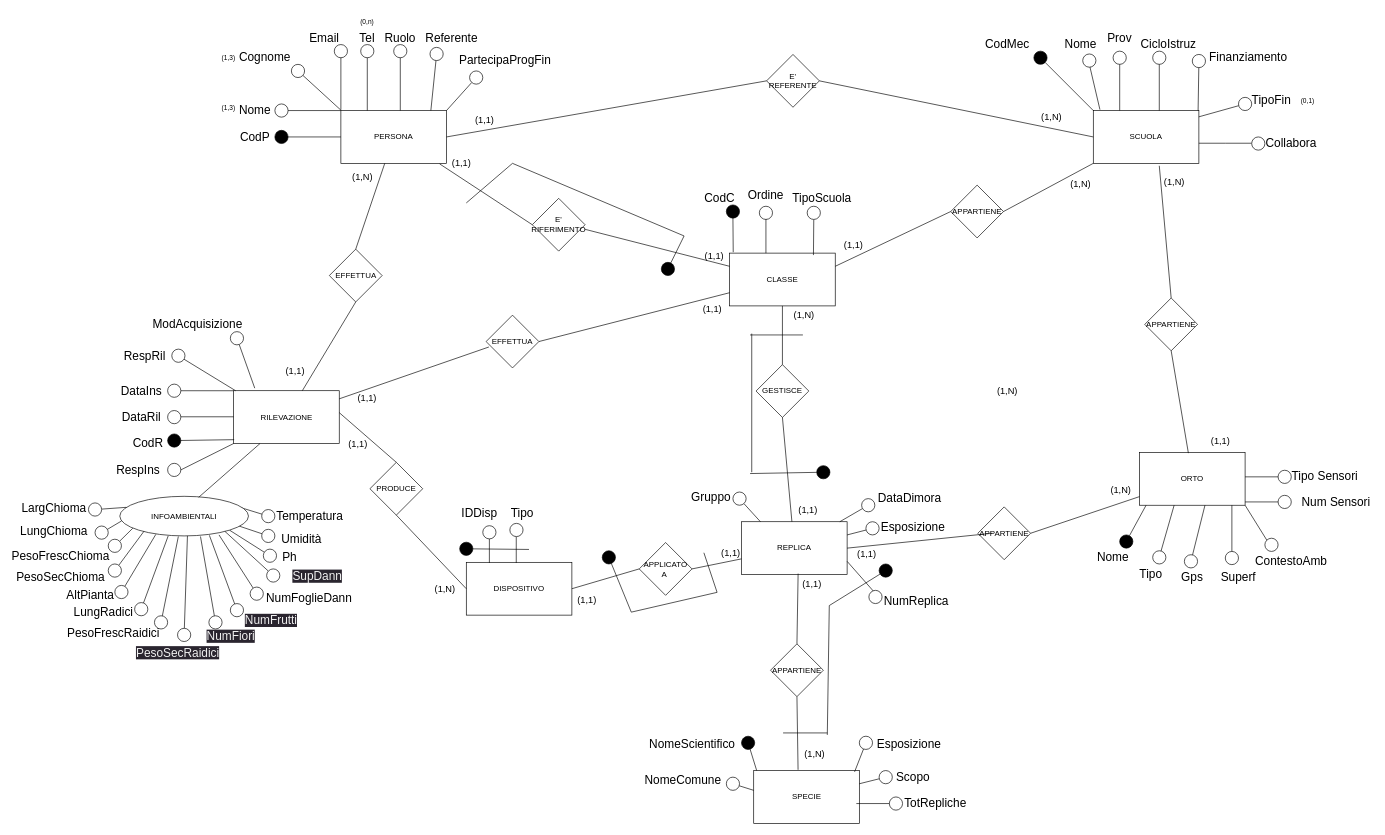
Above: BD_ER_Massimo_2023.drawio in pizzo-kyle/unige (draw.io), before the change. Source tidied: cells renumbered, new cells numbered last; positions are measured from the earlier drawing's top-left corner, leaving out a move shared by most shapes. Both pictures are drawn from the tidied source at 66%, with x=0, y=0 at pixel (38, 11).
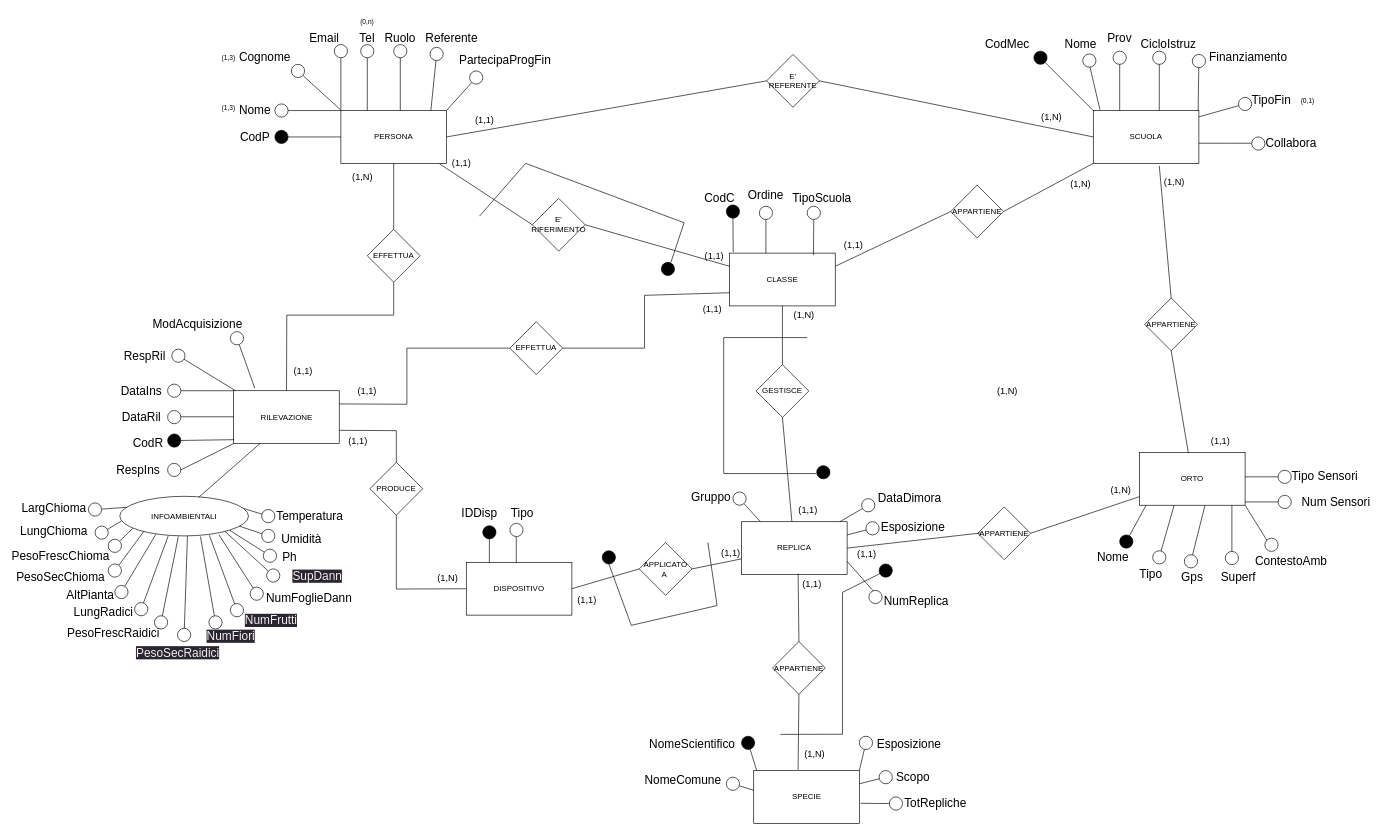
The same diagram, later.

The change refers to these unchanged cells:
```xml
<mxCell id="5" value="CLASSE" style="rounded=0;whiteSpace=wrap;html=1;" parent="1" vertex="1">
  <mxGeometry x="1047" y="366" width="160" height="80" as="geometry" />
</mxCell>
<mxCell id="9" value="REPLICA" style="rounded=0;whiteSpace=wrap;html=1;" parent="1" vertex="1">
  <mxGeometry x="1065" y="773" width="160" height="80" as="geometry" />
</mxCell>
<mxCell id="10" value="RILEVAZIONE" style="rounded=0;whiteSpace=wrap;html=1;" parent="1" vertex="1">
  <mxGeometry x="295.5" y="574.5" width="160" height="80" as="geometry" />
</mxCell>
<mxCell id="11" value="DISPOSITIVO" style="rounded=0;whiteSpace=wrap;html=1;" parent="1" vertex="1">
  <mxGeometry x="648" y="834.5" width="160" height="80" as="geometry" />
</mxCell>
<mxCell id="171" value="E' RIFERIMENTO" style="rhombus;whiteSpace=wrap;html=1;" parent="1" vertex="1">
  <mxGeometry x="748" y="283" width="80" height="80" as="geometry" />
</mxCell>
<mxCell id="178" style="ellipse;whiteSpace=wrap;html=1;fillColor=#000000;direction=south;" parent="1" vertex="1">
  <mxGeometry x="943.5" y="380" width="20" height="20" as="geometry" />
</mxCell>
<mxCell id="180" value="SPECIE" style="rounded=0;whiteSpace=wrap;html=1;" parent="1" vertex="1">
  <mxGeometry x="1083.5" y="1150" width="160" height="80" as="geometry" />
</mxCell>
<mxCell id="185" style="ellipse;whiteSpace=wrap;html=1;fillColor=#FFFFFF;direction=south;gradientColor=none;" parent="1" vertex="1">
  <mxGeometry x="1243.5" y="1098" width="20" height="20" as="geometry" />
</mxCell>
<mxCell id="190" style="ellipse;whiteSpace=wrap;html=1;fillColor=#000000;direction=south;gradientColor=none;" parent="1" vertex="1">
  <mxGeometry x="1065" y="1098" width="20" height="20" as="geometry" />
</mxCell>
<mxCell id="204" style="ellipse;whiteSpace=wrap;html=1;fillColor=#000000;direction=south;gradientColor=none;" parent="1" vertex="1">
  <mxGeometry x="1179" y="688" width="20" height="20" as="geometry" />
</mxCell>
<mxCell id="225" style="ellipse;whiteSpace=wrap;html=1;fillColor=#000000;direction=south;gradientColor=none;" parent="1" vertex="1">
  <mxGeometry x="1273.5" y="837" width="20" height="20" as="geometry" />
</mxCell>
<mxCell id="235" value="PRODUCE" style="rhombus;whiteSpace=wrap;html=1;" parent="1" vertex="1">
  <mxGeometry x="502" y="683" width="80" height="80" as="geometry" />
</mxCell>
<mxCell id="259" style="ellipse;whiteSpace=wrap;html=1;fillColor=#000000;direction=south;gradientColor=none;" parent="1" vertex="1">
  <mxGeometry x="854" y="817" width="20" height="20" as="geometry" />
</mxCell>
```

What changed in the source:
```diff
@@
-    <mxCell id="153" style="ellipse;whiteSpace=wrap;html=1;fillColor=#000000;direction=south;gradientColor=none;" parent="1" vertex="1">
-      <mxGeometry x="638" y="804" width="20" height="20" as="geometry" />
-    </mxCell>
@@
-    <mxCell id="158" style="ellipse;whiteSpace=wrap;html=1;fillColor=#FFFFFF;direction=south;gradientColor=none;" parent="1" vertex="1">
+    <mxCell id="158" style="ellipse;whiteSpace=wrap;html=1;fillColor=#000000;direction=south;gradientColor=none;" parent="1" vertex="1">
       <mxGeometry x="673" y="779" width="20" height="20" as="geometry" />
     </mxCell>
-    <mxCell id="159" style="endArrow=none;html=1;rounded=0;" parent="1" edge="1" target="153">
-      <mxGeometry relative="1" as="geometry">
-        <mxPoint x="743" y="815" as="sourcePoint" />
-      </mxGeometry>
-    </mxCell>
@@
-    <mxCell id="172" style="endArrow=none;html=1;rounded=0;entryX=1;entryY=0.587;entryDx=0;entryDy=0;exitX=0;exitY=0.25;exitDx=0;exitDy=0;entryPerimeter=0;" parent="1" edge="1" source="5" target="171">
-      <mxGeometry relative="1" as="geometry" />
+    <mxCell id="172" style="endArrow=none;html=1;rounded=0;exitX=0;exitY=0.25;exitDx=0;exitDy=0;" parent="1" edge="1" source="5">
+      <mxGeometry relative="1" as="geometry">
+        <mxPoint x="828" y="323" as="targetPoint" />
+      </mxGeometry>
     </mxCell>
@@
-    <mxCell id="176" style="endArrow=none;html=1;rounded=0;" parent="1" edge="1">
-      <mxGeometry relative="1" as="geometry">
-        <mxPoint x="718" y="230" as="sourcePoint" />
-        <mxPoint x="648" y="290" as="targetPoint" />
-      </mxGeometry>
-    </mxCell>
-    <mxCell id="177" style="endArrow=none;html=1;rounded=0;" parent="1" edge="1" target="178">
-      <mxGeometry relative="1" as="geometry">
-        <mxPoint x="978" y="340" as="sourcePoint" />
-      </mxGeometry>
-    </mxCell>
@@
-    <mxCell id="179" style="endArrow=none;html=1;rounded=0;" parent="1" edge="1">
-      <mxGeometry relative="1" as="geometry">
-        <mxPoint x="718" y="230" as="sourcePoint" />
-        <mxPoint x="978" y="340" as="targetPoint" />
-      </mxGeometry>
-    </mxCell>
@@
-    <mxCell id="183" style="endArrow=none;html=1;rounded=0;entryX=0;entryY=0;entryDx=0;entryDy=0;" parent="1" edge="1" source="190">
+    <mxCell id="183" style="endArrow=none;html=1;rounded=0;" parent="1" edge="1" source="190">
       <mxGeometry relative="1" as="geometry">
         <mxPoint x="1088" y="1150" as="targetPoint" />
       </mxGeometry>
     </mxCell>
-    <mxCell id="184" style="endArrow=none;html=1;rounded=0;entryX=0.955;entryY=0.025;entryDx=0;entryDy=0;entryPerimeter=0;" parent="1" edge="1" source="185" target="180">
+    <mxCell id="184" style="endArrow=none;html=1;rounded=0;entryX=1;entryY=0;entryDx=0;entryDy=0;" parent="1" edge="1" source="185" target="180">
       <mxGeometry relative="1" as="geometry" />
     </mxCell>
@@
-    <mxCell id="188" style="endArrow=none;html=1;rounded=0;exitX=1;exitY=1;exitDx=0;exitDy=0;" parent="1" edge="1">
+    <mxCell id="188" style="endArrow=none;html=1;rounded=0;exitX=1.013;exitY=0.621;exitDx=0;exitDy=0;exitPerimeter=0;" parent="1" edge="1" source="180">
       <mxGeometry relative="1" as="geometry">
-        <mxPoint x="1239" y="1200" as="sourcePoint" />
         <mxPoint x="1289" y="1200" as="targetPoint" />
       </mxGeometry>
     </mxCell>
@@
-    <mxCell id="203" style="endArrow=none;html=1;rounded=0;" parent="1" edge="1">
-      <mxGeometry relative="1" as="geometry">
-        <mxPoint x="1080.5" y="488" as="sourcePoint" />
-        <mxPoint x="1080.5" y="698" as="targetPoint" />
-      </mxGeometry>
-    </mxCell>
@@
-    <mxCell id="205" style="endArrow=none;html=1;rounded=0;" parent="1" edge="1">
-      <mxGeometry relative="1" as="geometry">
-        <mxPoint x="1078" y="490" as="sourcePoint" />
-        <mxPoint x="1158" y="490" as="targetPoint" />
-      </mxGeometry>
-    </mxCell>
-    <mxCell id="206" style="endArrow=none;html=1;rounded=0;" parent="1" edge="1" target="204">
-      <mxGeometry relative="1" as="geometry">
-        <mxPoint x="1078" y="700" as="sourcePoint" />
-      </mxGeometry>
-    </mxCell>
@@
     <mxCell id="219" value="APPARTIENE" style="rhombus;whiteSpace=wrap;html=1;" parent="1" vertex="1">
-      <mxGeometry x="1109" y="958" width="80" height="80" as="geometry" />
+      <mxGeometry x="1112" y="954.5" width="80" height="80" as="geometry" />
     </mxCell>
@@
-    <mxCell id="224" style="endArrow=none;html=1;rounded=0;" parent="1" edge="1">
-      <mxGeometry relative="1" as="geometry">
-        <mxPoint x="1198" y="900" as="sourcePoint" />
-        <mxPoint x="1195" y="1096" as="targetPoint" />
-      </mxGeometry>
-    </mxCell>
@@
-    <mxCell id="226" style="endArrow=none;html=1;rounded=0;" parent="1" edge="1" target="225">
-      <mxGeometry relative="1" as="geometry">
-        <mxPoint x="1198" y="900" as="sourcePoint" />
-      </mxGeometry>
-    </mxCell>
-    <mxCell id="227" style="endArrow=none;html=1;rounded=0;" parent="1" edge="1">
-      <mxGeometry relative="1" as="geometry">
-        <mxPoint x="1128" y="1093" as="sourcePoint" />
-        <mxPoint x="1195" y="1093" as="targetPoint" />
-      </mxGeometry>
-    </mxCell>
@@
-    <mxCell id="232" style="endArrow=none;html=1;rounded=0;entryX=1;entryY=0.5;entryDx=0;entryDy=0;exitX=0;exitY=0.5;exitDx=0;exitDy=0;" parent="1" edge="1" target="9">
+    <mxCell id="232" style="endArrow=none;html=1;rounded=0;entryX=1;entryY=0.5;entryDx=0;entryDy=0;" parent="1" edge="1" target="9">
       <mxGeometry relative="1" as="geometry">
-        <mxPoint x="1445" y="790.5" as="sourcePoint" />
+        <mxPoint x="1428" y="790" as="sourcePoint" />
       </mxGeometry>
     </mxCell>
@@
-    <mxCell id="236" style="endArrow=none;html=1;rounded=0;entryX=1;entryY=0.415;entryDx=0;entryDy=0;exitX=0.5;exitY=0;exitDx=0;exitDy=0;entryPerimeter=0;" parent="1" edge="1" source="235" target="10">
-      <mxGeometry relative="1" as="geometry" />
+    <mxCell id="236" style="endArrow=none;html=1;rounded=0;entryX=1;entryY=0.75;entryDx=0;entryDy=0;exitX=0.5;exitY=0;exitDx=0;exitDy=0;" parent="1" edge="1" source="235" target="10">
+      <mxGeometry relative="1" as="geometry">
+        <Array as="points">
+          <mxPoint x="542" y="635" />
+        </Array>
+      </mxGeometry>
     </mxCell>
     <mxCell id="237" style="endArrow=none;html=1;rounded=0;exitX=0.5;exitY=1;exitDx=0;exitDy=0;entryX=0;entryY=0.5;entryDx=0;entryDy=0;" parent="1" edge="1" source="235" target="11">
-      <mxGeometry relative="1" as="geometry" />
+      <mxGeometry relative="1" as="geometry">
+        <Array as="points">
+          <mxPoint x="542" y="875" />
+        </Array>
+      </mxGeometry>
     </mxCell>
     <mxCell id="238" value="EFFETTUA" style="rhombus;whiteSpace=wrap;html=1;" parent="1" vertex="1">
-      <mxGeometry x="440.5" y="360" width="80" height="80" as="geometry" />
+      <mxGeometry x="498" y="330" width="80" height="80" as="geometry" />
     </mxCell>
@@
     <mxCell id="240" style="endArrow=none;html=1;rounded=0;exitX=0.5;exitY=1;exitDx=0;exitDy=0;" parent="1" edge="1" source="238" target="10">
-      <mxGeometry relative="1" as="geometry" />
+      <mxGeometry relative="1" as="geometry">
+        <Array as="points">
+          <mxPoint x="538" y="460" />
+          <mxPoint x="376" y="460" />
+        </Array>
+      </mxGeometry>
     </mxCell>
     <mxCell id="241" value="&lt;font style=&quot;font-size: 14px;&quot;&gt;(1,1)&lt;/font&gt;" style="text;html=1;strokeColor=none;fillColor=none;align=center;verticalAlign=middle;whiteSpace=wrap;rounded=0;" parent="1" vertex="1">
-      <mxGeometry x="365.5" y="535" width="46" height="20" as="geometry" />
+      <mxGeometry x="378" y="535" width="46" height="20" as="geometry" />
     </mxCell>
@@
     <mxCell id="243" value="EFFETTUA" style="rhombus;whiteSpace=wrap;html=1;" parent="1" vertex="1">
-      <mxGeometry x="678" y="460" width="80" height="80" as="geometry" />
+      <mxGeometry x="714" y="470" width="80" height="80" as="geometry" />
     </mxCell>
     <mxCell id="244" style="endArrow=none;html=1;rounded=0;entryX=0;entryY=0.75;entryDx=0;entryDy=0;exitX=1;exitY=0.5;exitDx=0;exitDy=0;" parent="1" edge="1" source="243" target="5">
-      <mxGeometry relative="1" as="geometry" />
+      <mxGeometry relative="1" as="geometry">
+        <Array as="points">
+          <mxPoint x="918" y="510" />
+          <mxPoint x="918" y="430" />
+        </Array>
+      </mxGeometry>
     </mxCell>
-    <mxCell id="245" style="endArrow=none;html=1;rounded=0;exitX=0.053;exitY=0.603;exitDx=0;exitDy=0;exitPerimeter=0;" parent="1" edge="1" source="243" target="10">
-      <mxGeometry relative="1" as="geometry" />
+    <mxCell id="245" style="endArrow=none;html=1;rounded=0;exitX=0;exitY=0.5;exitDx=0;exitDy=0;entryX=1;entryY=0.25;entryDx=0;entryDy=0;" parent="1" edge="1" source="243" target="10">
+      <mxGeometry relative="1" as="geometry">
+        <Array as="points">
+          <mxPoint x="558" y="510" />
+          <mxPoint x="558" y="595" />
+        </Array>
+      </mxGeometry>
     </mxCell>
@@
     <mxCell id="254" value="&lt;font style=&quot;font-size: 14px;&quot;&gt;(1,1)&lt;/font&gt;" style="text;html=1;strokeColor=none;fillColor=none;align=center;verticalAlign=middle;whiteSpace=wrap;rounded=0;" parent="1" vertex="1">
-      <mxGeometry x="460.5" y="644.5" width="46" height="20" as="geometry" />
+      <mxGeometry x="460.5" y="640" width="46" height="20" as="geometry" />
     </mxCell>
     <mxCell id="255" value="&lt;font style=&quot;font-size: 14px;&quot;&gt;(1,N)&lt;/font&gt;" style="text;html=1;strokeColor=none;fillColor=none;align=center;verticalAlign=middle;whiteSpace=wrap;rounded=0;" parent="1" vertex="1">
-      <mxGeometry x="593" y="864.5" width="46" height="20" as="geometry" />
+      <mxGeometry x="597" y="848" width="46" height="20" as="geometry" />
     </mxCell>
@@
-    <mxCell id="257" style="endArrow=none;html=1;rounded=0;" parent="1" edge="1">
-      <mxGeometry relative="1" as="geometry">
-        <mxPoint x="1008" y="820" as="sourcePoint" />
-        <mxPoint x="1028" y="880" as="targetPoint" />
-      </mxGeometry>
-    </mxCell>
-    <mxCell id="258" style="endArrow=none;html=1;rounded=0;" parent="1" edge="1">
-      <mxGeometry relative="1" as="geometry">
-        <mxPoint x="1028" y="880" as="sourcePoint" />
-        <mxPoint x="898" y="910" as="targetPoint" />
-      </mxGeometry>
-    </mxCell>
@@
-    <mxCell id="260" style="endArrow=none;html=1;rounded=0;" parent="1" edge="1" target="259">
-      <mxGeometry relative="1" as="geometry">
-        <mxPoint x="898" y="910" as="sourcePoint" />
-      </mxGeometry>
-    </mxCell>
     <mxCell id="261" value="&lt;font style=&quot;font-size: 14px;&quot;&gt;(1,1)&lt;/font&gt;" style="text;html=1;strokeColor=none;fillColor=none;align=center;verticalAlign=middle;whiteSpace=wrap;rounded=0;" parent="1" vertex="1">
-      <mxGeometry x="474.5" y="574.5" width="46" height="20" as="geometry" />
+      <mxGeometry x="475" y="565" width="46" height="20" as="geometry" />
     </mxCell>
@@
+    <mxCell id="265" style="endArrow=none;html=1;rounded=0;" parent="1" edge="1">
+      <mxGeometry relative="1" as="geometry">
+        <mxPoint x="1178" y="700" as="sourcePoint" />
+        <mxPoint x="1164.5" y="494" as="targetPoint" />
+        <Array as="points">
+          <mxPoint x="1038" y="700" />
+          <mxPoint x="1038" y="494" />
+        </Array>
+      </mxGeometry>
+    </mxCell>
+    <mxCell id="266" style="endArrow=none;html=1;rounded=0;exitX=1;exitY=0.5;exitDx=0;exitDy=0;" parent="1" edge="1" source="259">
+      <mxGeometry relative="1" as="geometry">
+        <mxPoint x="1014" y="804.5" as="targetPoint" />
+        <Array as="points">
+          <mxPoint x="898" y="930" />
+          <mxPoint x="1028" y="900" />
+        </Array>
+      </mxGeometry>
+    </mxCell>
+    <mxCell id="267" style="endArrow=none;html=1;rounded=0;" parent="1" edge="1">
+      <mxGeometry relative="1" as="geometry">
+        <mxPoint x="1124" y="1095.2" as="sourcePoint" />
+        <mxPoint x="1278" y="850" as="targetPoint" />
+        <Array as="points">
+          <mxPoint x="1218" y="1095" />
+          <mxPoint x="1218" y="880" />
+        </Array>
+      </mxGeometry>
+    </mxCell>
+    <mxCell id="268" style="endArrow=none;html=1;rounded=0;" parent="1" edge="1">
+      <mxGeometry relative="1" as="geometry">
+        <mxPoint x="668" y="310" as="sourcePoint" />
+        <mxPoint x="958" y="380" as="targetPoint" />
+        <Array as="points">
+          <mxPoint x="738" y="230" />
+          <mxPoint x="978" y="320" />
+        </Array>
+      </mxGeometry>
+    </mxCell>
```
